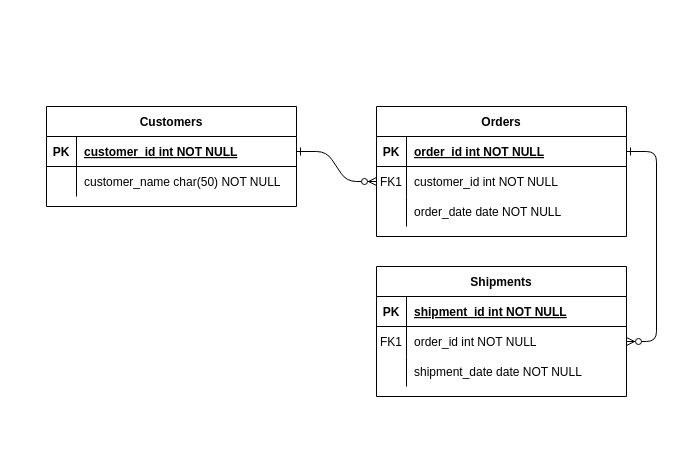
Earlier version of the draw.io diagram Website Development/week4/bookstore.drawio (Hillan007/Hillan007). Source tidied: cells renumbered, new cells numbered last; positions are measured from the earlier drawing's top-left corner, leaving out a move shared by most shapes. Both pictures are drawn from the tidied source at 100%, with x=0, y=0 at pixel (46, 106).
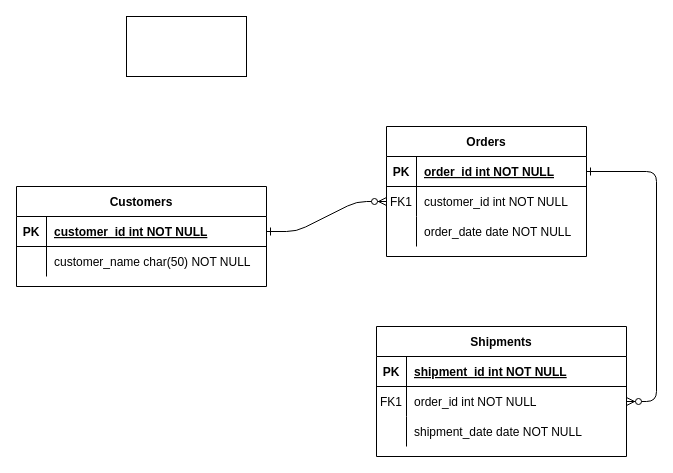
The same page after the edit.

Diff of the diagram source:
```diff
@@
     <mxCell id="4" value="Orders" style="shape=table;startSize=30;childLayout=tableLayout;rowLines=0;fontStyle=1;align=center;" parent="1" vertex="1">
-      <mxGeometry x="330" width="250" height="130" as="geometry" />
+      <mxGeometry x="340" y="20" width="200" height="130" as="geometry" />
     </mxCell>
     <mxCell id="5" style="shape=partialRectangle;fillColor=none;points=[[0,0.5],[1,0.5]];portConstraint=eastwest;top=0;left=0;right=0;bottom=1;" parent="4" vertex="1">
-      <mxGeometry y="30" width="250" height="30" as="geometry" />
+      <mxGeometry y="30" width="200" height="30" as="geometry" />
     </mxCell>
@@
     <mxCell id="7" value="order_id int NOT NULL " style="shape=partialRectangle;overflow=hidden;fillColor=none;top=0;left=0;bottom=0;right=0;align=left;spacingLeft=6;fontStyle=5;" parent="5" vertex="1">
-      <mxGeometry x="30" width="220" height="30" as="geometry" />
+      <mxGeometry x="30" width="170" height="30" as="geometry" />
     </mxCell>
     <mxCell id="8" style="shape=partialRectangle;fillColor=none;points=[[0,0.5],[1,0.5]];portConstraint=eastwest;top=0;left=0;right=0;bottom=0;" parent="4" vertex="1">
-      <mxGeometry y="60" width="250" height="30" as="geometry" />
+      <mxGeometry y="60" width="200" height="30" as="geometry" />
     </mxCell>
@@
     <mxCell id="10" value="customer_id int NOT NULL" style="shape=partialRectangle;overflow=hidden;fillColor=none;top=0;left=0;bottom=0;right=0;align=left;spacingLeft=6;" parent="8" vertex="1">
-      <mxGeometry x="30" width="220" height="30" as="geometry" />
+      <mxGeometry x="30" width="170" height="30" as="geometry" />
     </mxCell>
     <mxCell id="11" style="shape=partialRectangle;fillColor=none;top=0;left=0;right=0;bottom=0;" parent="4" vertex="1">
-      <mxGeometry y="90" width="250" height="30" as="geometry" />
+      <mxGeometry y="90" width="200" height="30" as="geometry" />
     </mxCell>
@@
     <mxCell id="13" value="order_date date NOT NULL" style="shape=partialRectangle;overflow=hidden;fillColor=none;top=0;left=0;bottom=0;right=0;align=left;spacingLeft=6;" parent="11" vertex="1">
-      <mxGeometry x="30" width="220" height="30" as="geometry" />
+      <mxGeometry x="30" width="170" height="30" as="geometry" />
     </mxCell>
     <mxCell id="14" value="Shipments" style="shape=table;startSize=30;childLayout=tableLayout;rowLines=0;fontStyle=1;align=center;" parent="1" vertex="1">
-      <mxGeometry x="330" y="160" width="250" height="130" as="geometry" />
+      <mxGeometry x="330" y="220" width="250" height="130" as="geometry" />
     </mxCell>
@@
     <mxCell id="24" value="Customers" style="shape=table;startSize=30;childLayout=tableLayout;rowLines=0;fontStyle=1;align=center;" parent="1" vertex="1">
-      <mxGeometry width="250" height="100" as="geometry" />
+      <mxGeometry x="-30" y="80" width="250" height="100" as="geometry" />
     </mxCell>
@@
+    <mxCell id="31" style="rounded=0;whiteSpace=wrap;html=1;" parent="1" vertex="1">
+      <mxGeometry x="80" y="-90" width="120" height="60" as="geometry" />
+    </mxCell>
```
